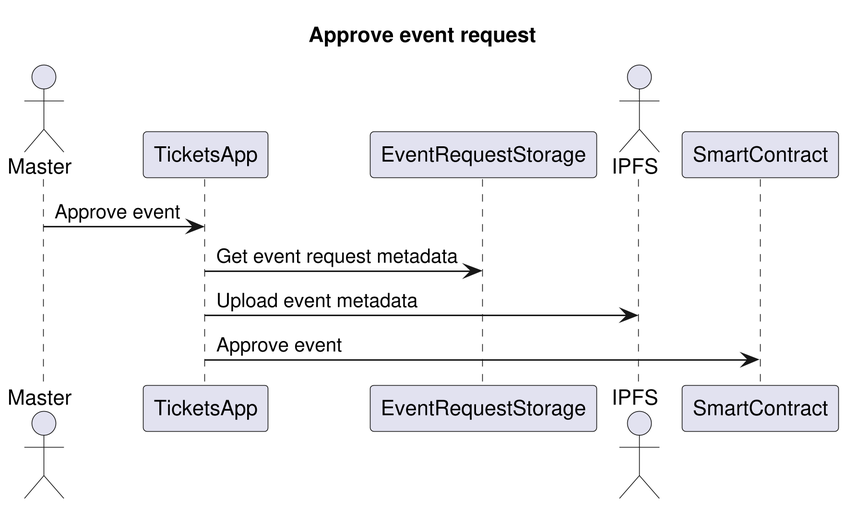
Earlier version of the PlantUML export img/approve-event-request.png (ai-shift/cyber-valley-tickets).
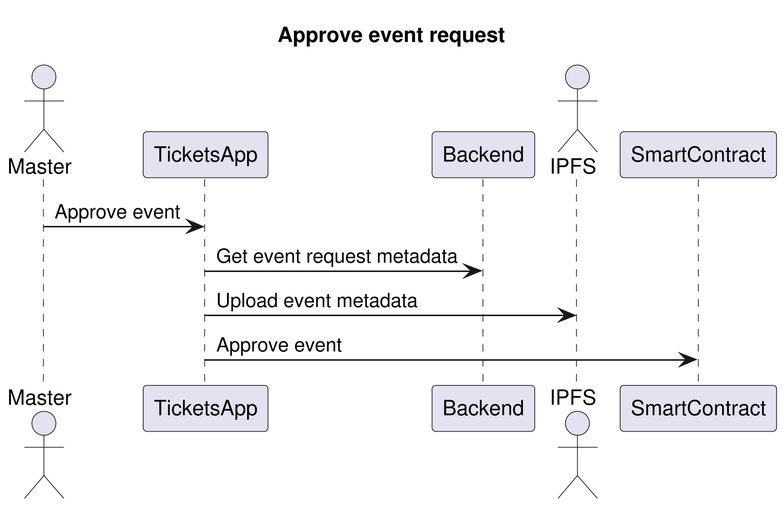
The same file after the commit.

The edit, as a diff of the source:
```diff
@@ -4,12 +4,12 @@
 
 actor Master
 participant TicketsApp
-participant EventRequestStorage
+participant Backend
 actor IPFS
 participant SmartContract
 
 Master -> TicketsApp: Approve event
-TicketsApp -> EventRequestStorage: Get event request metadata
+TicketsApp -> Backend: Get event request metadata
 TicketsApp -> IPFS: Upload event metadata
 TicketsApp -> SmartContract: Approve event
 @enduml
```
